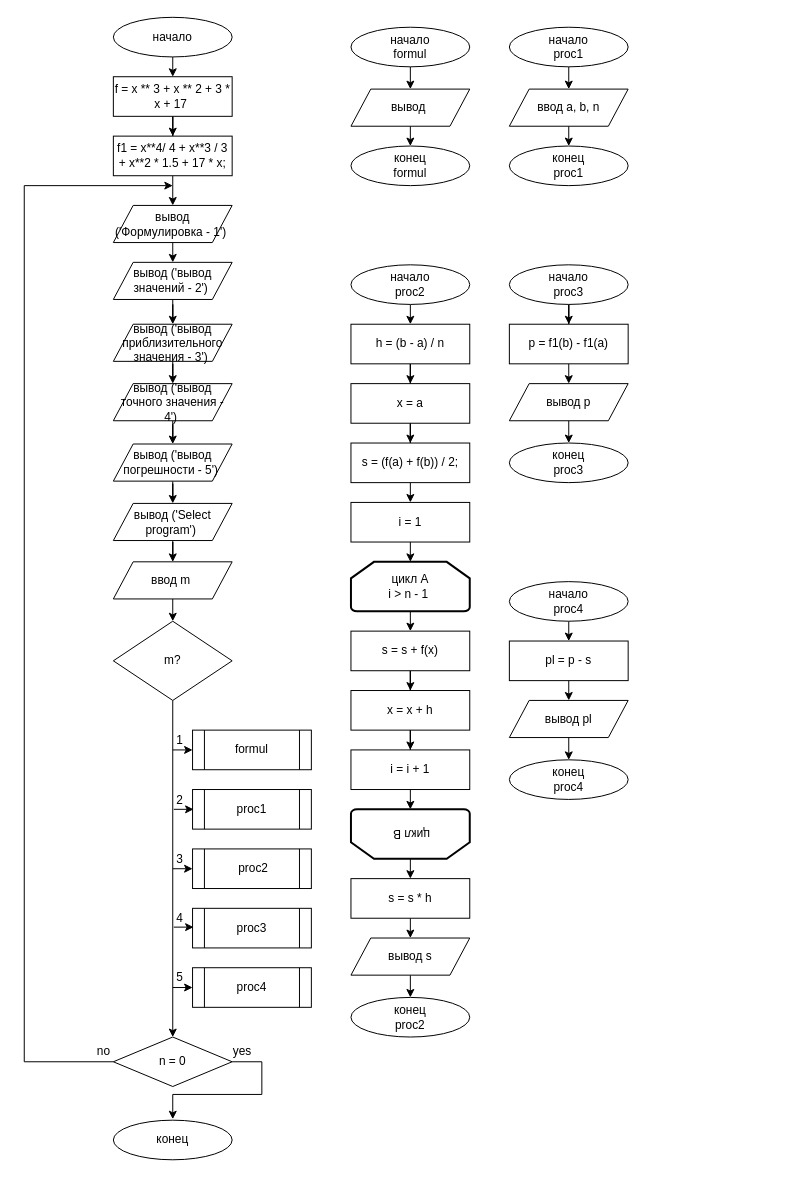
This is 1.2 diagrams.drawio from DaniilKOT112/DKR-3, a draw.io file, before an edit. Source tidied: cells renumbered, new cells numbered last; positions are measured from the earlier drawing's top-left corner, leaving out a move shared by most shapes. Both pictures are drawn from the tidied source at 99%, with x=0, y=0 at pixel (24, 17).
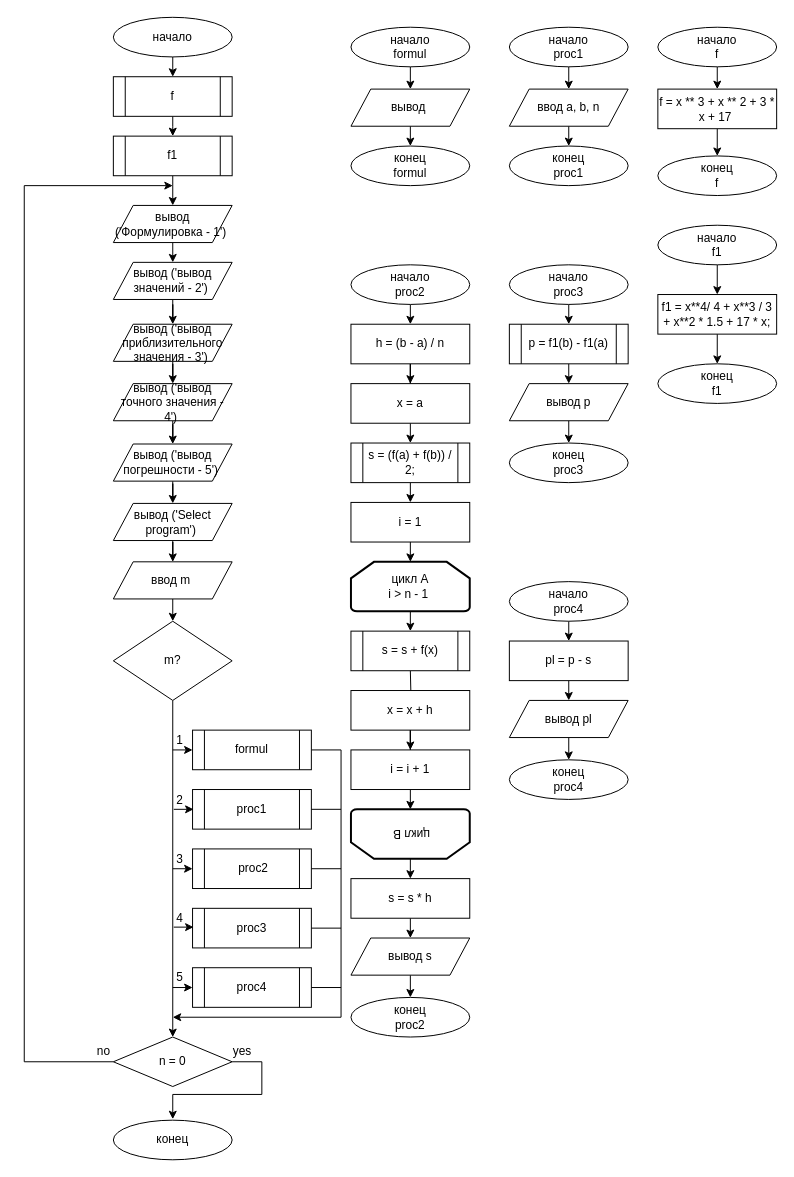
The same page after the edit.

The change refers to these unchanged cells:
```xml
<mxCell id="3" value="начало" style="ellipse;whiteSpace=wrap;html=1;" parent="1" vertex="1">
  <mxGeometry x="90" width="120" height="40" as="geometry" />
</mxCell>
<mxCell id="28" value="x = a" style="rounded=0;whiteSpace=wrap;html=1;" parent="1" vertex="1">
  <mxGeometry x="330" y="370" width="120" height="40" as="geometry" />
</mxCell>
<mxCell id="32" value="i = 1" style="rounded=0;whiteSpace=wrap;html=1;" parent="1" vertex="1">
  <mxGeometry x="330" y="490" width="120" height="40" as="geometry" />
</mxCell>
<mxCell id="34" value="цикл A&lt;br&gt;i &amp;gt; n - 1&amp;nbsp;" style="strokeWidth=2;html=1;shape=mxgraph.flowchart.loop_limit;whiteSpace=wrap;" parent="1" vertex="1">
  <mxGeometry x="330" y="550" width="120" height="50" as="geometry" />
</mxCell>
<mxCell id="38" value="x = x + h" style="rounded=0;whiteSpace=wrap;html=1;" parent="1" vertex="1">
  <mxGeometry x="330" y="680" width="120" height="40" as="geometry" />
</mxCell>
<mxCell id="46" value="начало&lt;br&gt;proc3" style="ellipse;whiteSpace=wrap;html=1;" parent="1" vertex="1">
  <mxGeometry x="490" y="250" width="120" height="40" as="geometry" />
</mxCell>
<mxCell id="50" value="вывод p" style="shape=parallelogram;perimeter=parallelogramPerimeter;whiteSpace=wrap;html=1;fixedSize=1;" parent="1" vertex="1">
  <mxGeometry x="490" y="370" width="120" height="37.5" as="geometry" />
</mxCell>
<mxCell id="60" value="вывод ('Формулировка - 1')&amp;nbsp;" style="shape=parallelogram;perimeter=parallelogramPerimeter;whiteSpace=wrap;html=1;fixedSize=1;" parent="1" vertex="1">
  <mxGeometry x="90" y="190" width="120" height="37.5" as="geometry" />
</mxCell>
<mxCell id="73" value="formul" style="shape=process;whiteSpace=wrap;html=1;backgroundOutline=1;" parent="1" vertex="1">
  <mxGeometry x="170" y="720" width="120" height="40" as="geometry" />
</mxCell>
<mxCell id="74" value="proc1" style="shape=process;whiteSpace=wrap;html=1;backgroundOutline=1;" parent="1" vertex="1">
  <mxGeometry x="170" y="780" width="120" height="40" as="geometry" />
</mxCell>
<mxCell id="75" value="&amp;nbsp;proc2" style="shape=process;whiteSpace=wrap;html=1;backgroundOutline=1;" parent="1" vertex="1">
  <mxGeometry x="170" y="840" width="120" height="40" as="geometry" />
</mxCell>
<mxCell id="76" value="proc3" style="shape=process;whiteSpace=wrap;html=1;backgroundOutline=1;" parent="1" vertex="1">
  <mxGeometry x="170" y="900" width="120" height="40" as="geometry" />
</mxCell>
<mxCell id="77" value="proc4" style="shape=process;whiteSpace=wrap;html=1;backgroundOutline=1;" parent="1" vertex="1">
  <mxGeometry x="170" y="960" width="120" height="40" as="geometry" />
</mxCell>
```

The edit, as a diff of the source:
```diff
@@
-    <mxCell id="2" style="edgeStyle=orthogonalEdgeStyle;rounded=0;jettySize=auto;html=1;exitX=0.5;exitY=1;exitDx=0;exitDy=0;entryX=0.5;entryY=0;entryDx=0;entryDy=0;" parent="1" edge="1" source="3" target="5">
+    <mxCell id="2" style="edgeStyle=orthogonalEdgeStyle;rounded=0;jettySize=auto;html=1;exitX=0.5;exitY=1;exitDx=0;exitDy=0;entryX=0.5;entryY=0;entryDx=0;entryDy=0;" parent="1" edge="1" source="3" target="101">
       <mxGeometry relative="1" as="geometry" />
     </mxCell>
@@
-    <mxCell id="4" style="edgeStyle=orthogonalEdgeStyle;rounded=0;jettySize=auto;html=1;exitX=0.5;exitY=1;exitDx=0;exitDy=0;" parent="1" edge="1" source="5" target="7">
-      <mxGeometry relative="1" as="geometry" />
+    <mxCell id="4" style="edgeStyle=orthogonalEdgeStyle;rounded=0;jettySize=auto;html=1;exitX=0.5;exitY=1;exitDx=0;exitDy=0;entryX=0.5;entryY=0;entryDx=0;entryDy=0;" parent="1" edge="1" source="101">
+      <mxGeometry relative="1" as="geometry">
+        <mxPoint x="150" y="120" as="targetPoint" />
+        <Array as="points">
+          <mxPoint x="150" y="110" />
+          <mxPoint x="150" y="110" />
+        </Array>
+      </mxGeometry>
     </mxCell>
-    <mxCell id="5" value="f =&amp;nbsp;x ** 3 + x ** 2 + 3 * x + 17&amp;nbsp;" style="rounded=0;whiteSpace=wrap;html=1;" parent="1" vertex="1">
-      <mxGeometry x="90" y="60" width="120" height="40" as="geometry" />
-    </mxCell>
-    <mxCell id="6" style="edgeStyle=orthogonalEdgeStyle;rounded=0;jettySize=auto;html=1;exitX=0.5;exitY=1;exitDx=0;exitDy=0;entryX=0.5;entryY=0;entryDx=0;entryDy=0;" parent="1" edge="1" source="7" target="60">
-      <mxGeometry relative="1" as="geometry" />
+    <mxCell id="6" style="edgeStyle=orthogonalEdgeStyle;rounded=0;jettySize=auto;html=1;exitX=0.5;exitY=1;exitDx=0;exitDy=0;entryX=0.5;entryY=0;entryDx=0;entryDy=0;" parent="1" edge="1" target="60">
+      <mxGeometry relative="1" as="geometry">
+        <mxPoint x="150" y="160" as="sourcePoint" />
+      </mxGeometry>
     </mxCell>
-    <mxCell id="7" value="f1 = x**4/ 4 + x**3 / 3 + x**2 * 1.5 + 17 * x;" style="rounded=0;whiteSpace=wrap;html=1;" parent="1" vertex="1">
-      <mxGeometry x="90" y="120" width="120" height="40" as="geometry" />
-    </mxCell>
@@
-    <mxCell id="27" style="edgeStyle=orthogonalEdgeStyle;rounded=0;jettySize=auto;html=1;exitX=0.5;exitY=1;exitDx=0;exitDy=0;" parent="1" edge="1" source="28" target="30">
+    <mxCell id="27" style="edgeStyle=orthogonalEdgeStyle;rounded=0;jettySize=auto;html=1;exitX=0.5;exitY=1;exitDx=0;exitDy=0;entryX=0.5;entryY=0;entryDx=0;entryDy=0;" parent="1" edge="1" source="28" target="30">
       <mxGeometry relative="1" as="geometry" />
     </mxCell>
@@
-    <mxCell id="29" style="edgeStyle=orthogonalEdgeStyle;rounded=0;jettySize=auto;html=1;exitX=0.5;exitY=1;exitDx=0;exitDy=0;entryX=0.5;entryY=0;entryDx=0;entryDy=0;" parent="1" edge="1" source="30" target="32">
-      <mxGeometry relative="1" as="geometry" />
+    <mxCell id="29" style="edgeStyle=orthogonalEdgeStyle;rounded=0;jettySize=auto;html=1;exitX=0.5;exitY=1;exitDx=0;exitDy=0;entryX=0.5;entryY=0;entryDx=0;entryDy=0;" parent="1" edge="1" target="32">
+      <mxGeometry relative="1" as="geometry">
+        <mxPoint x="390" y="470" as="sourcePoint" />
+      </mxGeometry>
     </mxCell>
-    <mxCell id="30" value="s = (f(a) + f(b)) / 2;" style="rounded=0;whiteSpace=wrap;html=1;" parent="1" vertex="1">
-      <mxGeometry x="330" y="430" width="120" height="40" as="geometry" />
-    </mxCell>
@@
-    <mxCell id="33" style="edgeStyle=orthogonalEdgeStyle;rounded=0;jettySize=auto;html=1;exitX=0.5;exitY=1;exitDx=0;exitDy=0;exitPerimeter=0;entryX=0.5;entryY=0;entryDx=0;entryDy=0;" parent="1" edge="1" source="34" target="36">
-      <mxGeometry relative="1" as="geometry" />
+    <mxCell id="33" style="edgeStyle=orthogonalEdgeStyle;rounded=0;jettySize=auto;html=1;exitX=0.5;exitY=1;exitDx=0;exitDy=0;exitPerimeter=0;entryX=0.5;entryY=0;entryDx=0;entryDy=0;" parent="1" edge="1" source="34">
+      <mxGeometry relative="1" as="geometry">
+        <mxPoint x="390" y="620" as="targetPoint" />
+      </mxGeometry>
     </mxCell>
@@
-    <mxCell id="35" style="edgeStyle=orthogonalEdgeStyle;rounded=0;jettySize=auto;html=1;exitX=0.5;exitY=1;exitDx=0;exitDy=0;" parent="1" edge="1" source="36" target="38">
-      <mxGeometry relative="1" as="geometry" />
+    <mxCell id="35" style="edgeStyle=orthogonalEdgeStyle;rounded=0;jettySize=auto;html=1;exitX=0.5;exitY=1;exitDx=0;exitDy=0;" parent="1" edge="1" target="38">
+      <mxGeometry relative="1" as="geometry">
+        <mxPoint x="390" y="660" as="sourcePoint" />
+      </mxGeometry>
     </mxCell>
-    <mxCell id="36" value="s = s + f(x)" style="rounded=0;whiteSpace=wrap;html=1;" parent="1" vertex="1">
-      <mxGeometry x="330" y="620" width="120" height="40" as="geometry" />
-    </mxCell>
@@
-    <mxCell id="45" style="edgeStyle=orthogonalEdgeStyle;rounded=0;jettySize=auto;html=1;exitX=0.5;exitY=1;exitDx=0;exitDy=0;" parent="1" edge="1" source="46" target="48">
+    <mxCell id="45" style="edgeStyle=orthogonalEdgeStyle;rounded=0;jettySize=auto;html=1;exitX=0.5;exitY=1;exitDx=0;exitDy=0;entryX=0.5;entryY=0;entryDx=0;entryDy=0;" parent="1" edge="1" source="46" target="48">
       <mxGeometry relative="1" as="geometry" />
     </mxCell>
@@
-    <mxCell id="47" style="edgeStyle=orthogonalEdgeStyle;rounded=0;jettySize=auto;html=1;exitX=0.5;exitY=1;exitDx=0;exitDy=0;entryX=0.5;entryY=0;entryDx=0;entryDy=0;" parent="1" edge="1" source="48" target="50">
-      <mxGeometry relative="1" as="geometry" />
+    <mxCell id="47" style="edgeStyle=orthogonalEdgeStyle;rounded=0;jettySize=auto;html=1;exitX=0.5;exitY=1;exitDx=0;exitDy=0;entryX=0.5;entryY=0;entryDx=0;entryDy=0;" parent="1" edge="1" target="50">
+      <mxGeometry relative="1" as="geometry">
+        <mxPoint x="550" y="350" as="sourcePoint" />
+      </mxGeometry>
     </mxCell>
-    <mxCell id="48" value="p = f1(b) - f1(a)" style="rounded=0;whiteSpace=wrap;html=1;" parent="1" vertex="1">
-      <mxGeometry x="490" y="310" width="120" height="40" as="geometry" />
-    </mxCell>
@@
+    <mxCell id="96" style="edgeStyle=orthogonalEdgeStyle;rounded=0;jettySize=auto;html=1;exitX=1;exitY=0.5;exitDx=0;exitDy=0;" parent="1" edge="1" source="73">
+      <mxGeometry relative="1" as="geometry">
+        <mxPoint x="150" y="1010" as="targetPoint" />
+        <Array as="points">
+          <mxPoint x="320" y="740" />
+          <mxPoint x="320" y="1010" />
+          <mxPoint x="150" y="1010" />
+        </Array>
+      </mxGeometry>
+    </mxCell>
@@
+    <mxCell id="97" style="edgeStyle=orthogonalEdgeStyle;rounded=0;jettySize=auto;html=1;exitX=0.5;exitY=1;exitDx=0;exitDy=0;entryX=0.5;entryY=0;entryDx=0;entryDy=0;" parent="1" edge="1" source="98" target="5">
+      <mxGeometry relative="1" as="geometry" />
+    </mxCell>
+    <mxCell id="98" value="начало&lt;br&gt;f" style="ellipse;whiteSpace=wrap;html=1;" parent="1" vertex="1">
+      <mxGeometry x="640" y="10" width="120" height="40" as="geometry" />
+    </mxCell>
+    <mxCell id="99" style="edgeStyle=orthogonalEdgeStyle;rounded=0;jettySize=auto;html=1;exitX=0.5;exitY=1;exitDx=0;exitDy=0;entryX=0.5;entryY=0;entryDx=0;entryDy=0;" parent="1" edge="1" source="5" target="100">
+      <mxGeometry relative="1" as="geometry" />
+    </mxCell>
+    <mxCell id="5" value="f =&amp;nbsp;x ** 3 + x ** 2 + 3 * x + 17&amp;nbsp;" style="rounded=0;whiteSpace=wrap;html=1;" parent="1" vertex="1">
+      <mxGeometry x="640" y="72.5" width="120" height="40" as="geometry" />
+    </mxCell>
+    <mxCell id="100" value="конец&lt;br&gt;f" style="ellipse;whiteSpace=wrap;html=1;" parent="1" vertex="1">
+      <mxGeometry x="640" y="140" width="120" height="40" as="geometry" />
+    </mxCell>
+    <mxCell id="101" value="f" style="shape=process;whiteSpace=wrap;html=1;backgroundOutline=1;" parent="1" vertex="1">
+      <mxGeometry x="90" y="60" width="120" height="40" as="geometry" />
+    </mxCell>
+    <mxCell id="102" style="edgeStyle=orthogonalEdgeStyle;rounded=0;jettySize=auto;html=1;exitX=0.5;exitY=1;exitDx=0;exitDy=0;entryX=0.5;entryY=0;entryDx=0;entryDy=0;" parent="1" edge="1" source="103" target="7">
+      <mxGeometry relative="1" as="geometry" />
+    </mxCell>
+    <mxCell id="103" value="начало&lt;br&gt;f1" style="ellipse;whiteSpace=wrap;html=1;" parent="1" vertex="1">
+      <mxGeometry x="640" y="210" width="120" height="40" as="geometry" />
+    </mxCell>
+    <mxCell id="104" style="edgeStyle=orthogonalEdgeStyle;rounded=0;jettySize=auto;html=1;exitX=0.5;exitY=1;exitDx=0;exitDy=0;entryX=0.5;entryY=0;entryDx=0;entryDy=0;" parent="1" edge="1" source="7" target="105">
+      <mxGeometry relative="1" as="geometry" />
+    </mxCell>
+    <mxCell id="7" value="f1 = x**4/ 4 + x**3 / 3 + x**2 * 1.5 + 17 * x;" style="rounded=0;whiteSpace=wrap;html=1;" parent="1" vertex="1">
+      <mxGeometry x="640" y="280" width="120" height="40" as="geometry" />
+    </mxCell>
+    <mxCell id="105" value="конец&lt;br&gt;f1" style="ellipse;whiteSpace=wrap;html=1;" parent="1" vertex="1">
+      <mxGeometry x="640" y="350" width="120" height="40" as="geometry" />
+    </mxCell>
+    <mxCell id="106" value="f1" style="shape=process;whiteSpace=wrap;html=1;backgroundOutline=1;" parent="1" vertex="1">
+      <mxGeometry x="90" y="120" width="120" height="40" as="geometry" />
+    </mxCell>
+    <mxCell id="107" style="endArrow=none;html=1;rounded=0;exitX=1;exitY=0.5;exitDx=0;exitDy=0;" parent="1" edge="1" source="74">
+      <mxGeometry relative="1" as="geometry">
+        <mxPoint x="320" y="800" as="targetPoint" />
+      </mxGeometry>
+    </mxCell>
+    <mxCell id="108" style="endArrow=none;html=1;rounded=0;exitX=1;exitY=0.5;exitDx=0;exitDy=0;" parent="1" edge="1" source="75">
+      <mxGeometry relative="1" as="geometry">
+        <mxPoint x="320" y="860" as="targetPoint" />
+      </mxGeometry>
+    </mxCell>
+    <mxCell id="109" style="endArrow=none;html=1;rounded=0;exitX=1;exitY=0.5;exitDx=0;exitDy=0;" parent="1" edge="1" source="76">
+      <mxGeometry relative="1" as="geometry">
+        <mxPoint x="320" y="920" as="targetPoint" />
+      </mxGeometry>
+    </mxCell>
+    <mxCell id="110" style="endArrow=none;html=1;rounded=0;exitX=1;exitY=0.5;exitDx=0;exitDy=0;" parent="1" edge="1" source="77">
+      <mxGeometry relative="1" as="geometry">
+        <mxPoint x="320" y="980" as="targetPoint" />
+      </mxGeometry>
+    </mxCell>
+    <mxCell id="48" value="p = f1(b) - f1(a)" style="shape=process;whiteSpace=wrap;html=1;backgroundOutline=1;" parent="1" vertex="1">
+      <mxGeometry x="490" y="310" width="120" height="40" as="geometry" />
+    </mxCell>
+    <mxCell id="30" value="s = (f(a) + f(b)) / 2;" style="shape=process;whiteSpace=wrap;html=1;backgroundOutline=1;" parent="1" vertex="1">
+      <mxGeometry x="330" y="430" width="120" height="40" as="geometry" />
+    </mxCell>
+    <mxCell id="36" value="s = s + f(x)" style="shape=process;whiteSpace=wrap;html=1;backgroundOutline=1;" parent="1" vertex="1">
+      <mxGeometry x="330" y="620" width="120" height="40" as="geometry" />
+    </mxCell>
```
